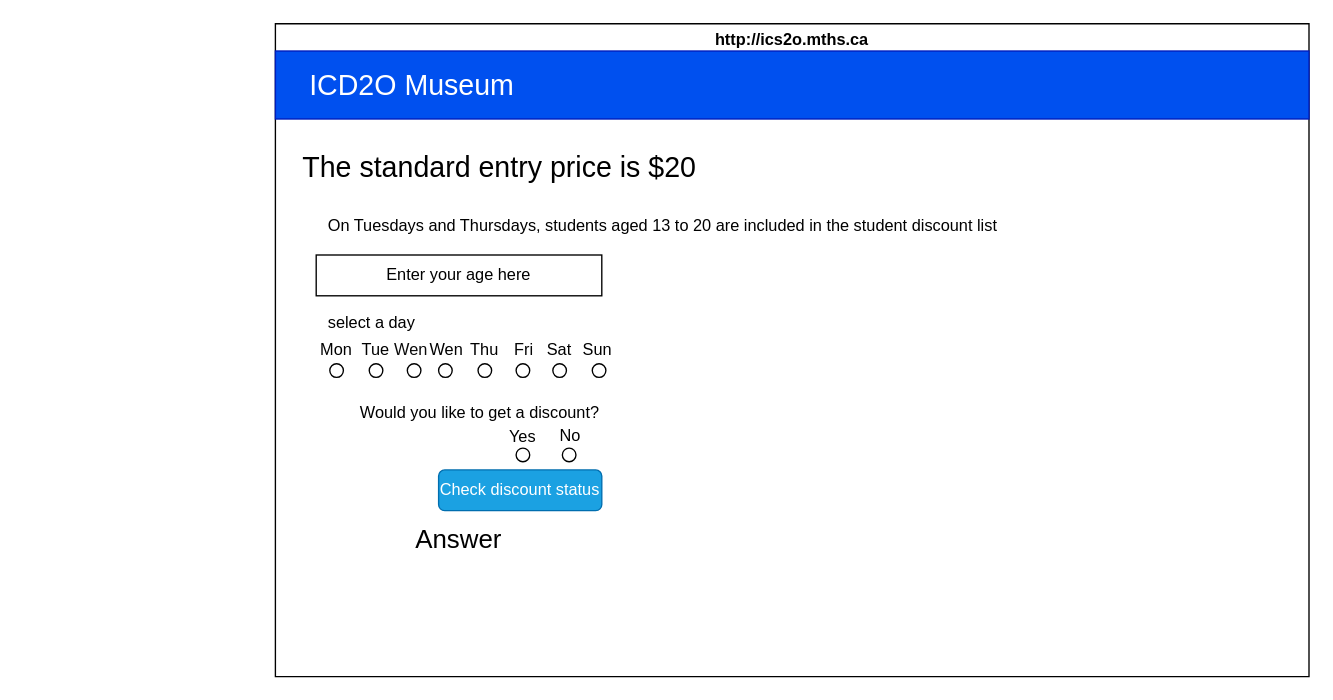
The draw.io diagram design/storyboard.drawio in MTHS-ICD2O-1-2023/ICD2O-Unit-5-04-yoochan-han, before the edit. Source tidied: cells renumbered, new cells numbered last; positions are measured from the earlier drawing's top-left corner, leaving out a move shared by most shapes. Both pictures are drawn from the tidied source at 136%, with x=0, y=0 at pixel (84, 23).
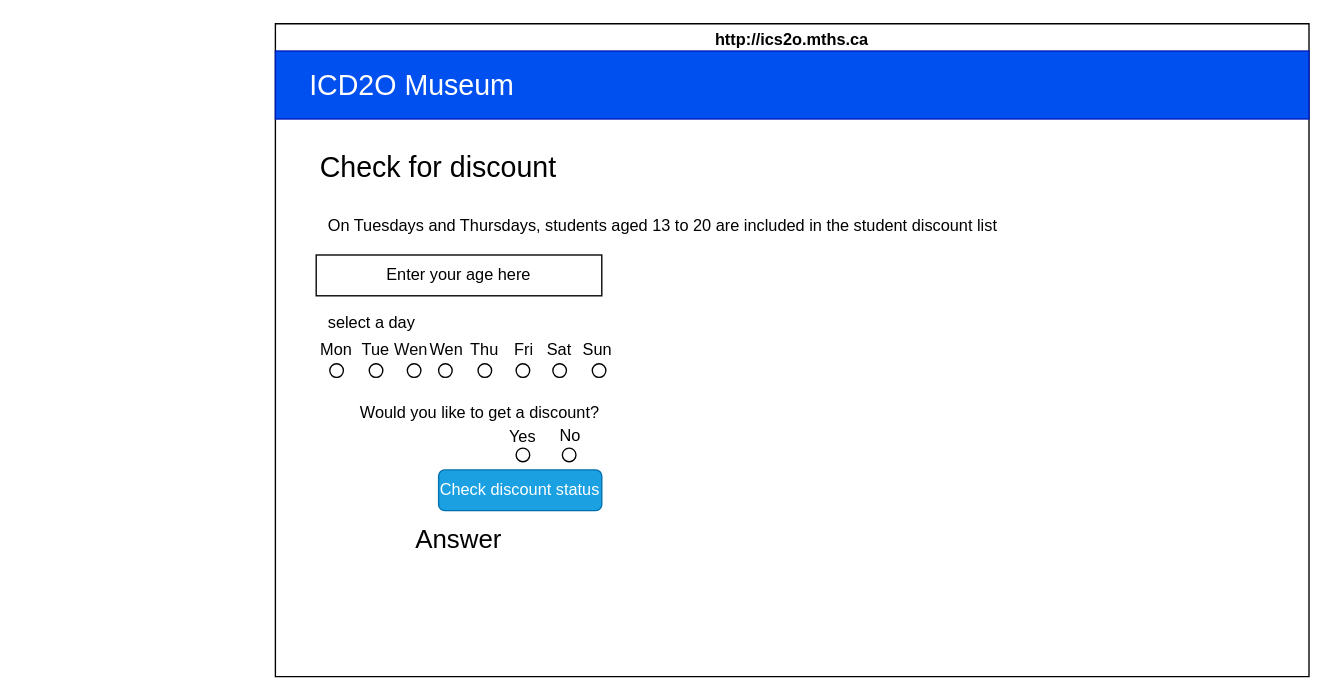
The same page after the edit.

The change refers to these unchanged cells:
```xml
<mxCell id="2" value="http://ics2o.mths.ca" style="swimlane;whiteSpace=wrap;html=1;fontColor=#000000;" parent="1" vertex="1">
  <mxGeometry x="140" width="760" height="480" as="geometry" />
</mxCell>
```

Change to the diagram source:
```diff
@@
-    <mxCell id="5" value="&lt;font color=&quot;#000000&quot;&gt;The standard entry price is $20&lt;/font&gt;" style="text;html=1;strokeColor=none;fillColor=none;align=center;verticalAlign=middle;whiteSpace=wrap;rounded=0;fontSize=21;" parent="2" vertex="1">
-      <mxGeometry x="-140" y="90" width="610" height="30" as="geometry" />
+    <mxCell id="5" value="&lt;font color=&quot;#000000&quot;&gt;Check for discount&lt;/font&gt;" style="text;html=1;strokeColor=none;fillColor=none;align=center;verticalAlign=middle;whiteSpace=wrap;rounded=0;fontSize=21;" parent="2" vertex="1">
+      <mxGeometry x="-185" y="90" width="610" height="30" as="geometry" />
     </mxCell>
```
